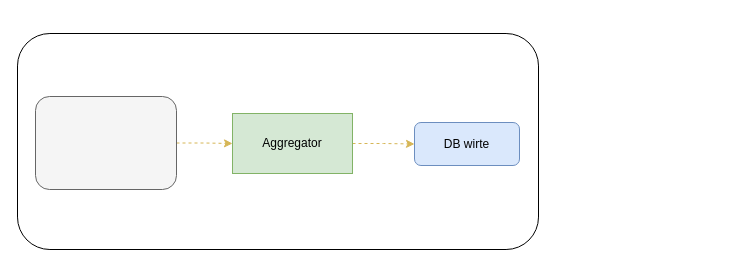
Earlier version of the draw.io diagram Untitled Diagram.drawio (easyhaloo/config). Source tidied: cells renumbered, new cells numbered last; positions are measured from the earlier drawing's top-left corner, leaving out a move shared by most shapes. Both pictures are drawn from the tidied source at 100%, with x=0, y=0 at pixel (17, 33).
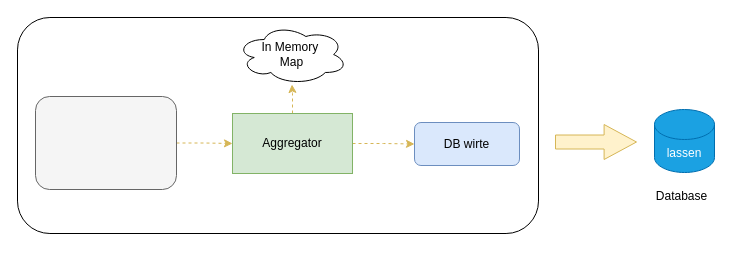
After the change.

Diff of the diagram source:
```diff
@@
 <mxGraphModel>
   <root>
     <mxCell id="0" />
     <mxCell id="1" parent="0" />
     <mxCell id="2" style="rounded=1;whiteSpace=wrap;html=1;" parent="1" vertex="1">
-      <mxGeometry width="521" height="216" as="geometry" />
+      <mxGeometry y="-16" width="521" height="216" as="geometry" />
     </mxCell>
     <mxCell id="3" style="edgeStyle=orthogonalEdgeStyle;rounded=0;jettySize=auto;html=1;dashed=1;fillColor=#fff2cc;strokeColor=#d6b656;" parent="1" edge="1" source="4" target="6">
       <mxGeometry relative="1" as="geometry" />
     </mxCell>
     <mxCell id="4" style="rounded=1;whiteSpace=wrap;html=1;fillColor=#f5f5f5;fontColor=#333333;strokeColor=#666666;" parent="1" vertex="1">
       <mxGeometry x="18" y="63" width="141" height="93" as="geometry" />
     </mxCell>
     <mxCell id="5" style="edgeStyle=orthogonalEdgeStyle;rounded=0;jettySize=auto;html=1;dashed=1;fillColor=#fff2cc;strokeColor=#d6b656;" parent="1" edge="1" source="6" target="7">
       <mxGeometry relative="1" as="geometry" />
     </mxCell>
+    <mxCell id="8" style="edgeStyle=orthogonalEdgeStyle;rounded=0;jettySize=auto;html=1;dashed=1;fillColor=#fff2cc;strokeColor=#d6b656;" parent="1" edge="1" source="6" target="9">
+      <mxGeometry relative="1" as="geometry" />
+    </mxCell>
     <mxCell id="6" value="Aggregator" style="rounded=0;whiteSpace=wrap;html=1;fillColor=#d5e8d4;strokeColor=#82b366;" parent="1" vertex="1">
       <mxGeometry x="215" y="80" width="120" height="60" as="geometry" />
     </mxCell>
     <mxCell id="7" value="DB wirte" style="rounded=1;whiteSpace=wrap;html=1;fillColor=#dae8fc;strokeColor=#6c8ebf;" parent="1" vertex="1">
       <mxGeometry x="397" y="89" width="105" height="43" as="geometry" />
     </mxCell>
+    <mxCell id="9" value="In Memory&amp;nbsp;&lt;br&gt;Map" style="ellipse;shape=cloud;whiteSpace=wrap;html=1;" parent="1" vertex="1">
+      <mxGeometry x="219" y="-9" width="111" height="60" as="geometry" />
+    </mxCell>
+    <mxCell id="10" value="lassen" style="shape=cylinder3;whiteSpace=wrap;html=1;boundedLbl=1;backgroundOutline=1;size=15;fillColor=#1ba1e2;fontColor=#ffffff;strokeColor=#006EAF;" parent="1" vertex="1">
+      <mxGeometry x="637" y="76" width="60" height="63" as="geometry" />
+    </mxCell>
+    <mxCell id="11" value="Database" style="text;html=1;align=center;verticalAlign=middle;strokeColor=none;fillColor=none;" parent="1" vertex="1">
+      <mxGeometry x="633" y="154" width="62" height="18" as="geometry" />
+    </mxCell>
+    <mxCell id="12" style="shape=singleArrow;whiteSpace=wrap;html=1;arrowWidth=0.4;arrowSize=0.4;fillColor=#fff2cc;strokeColor=#d6b656;" parent="1" vertex="1">
+      <mxGeometry x="538" y="91" width="81" height="35" as="geometry" />
+    </mxCell>
   </root>
 </mxGraphModel>
```
